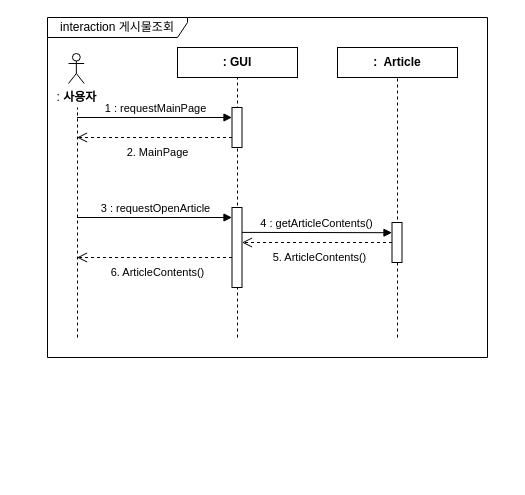
The draw.io diagram page "게시물조회" (7 of 31) of KB 3기 2반 5조.drawio in C0012S/SoBe-it, before the edit. Source tidied: cells renumbered, new cells numbered last; positions are measured from the earlier drawing's top-left corner, leaving out a move shared by most shapes. Both pictures are drawn from the tidied source at 100%, with x=0, y=0 at pixel (47, 17).
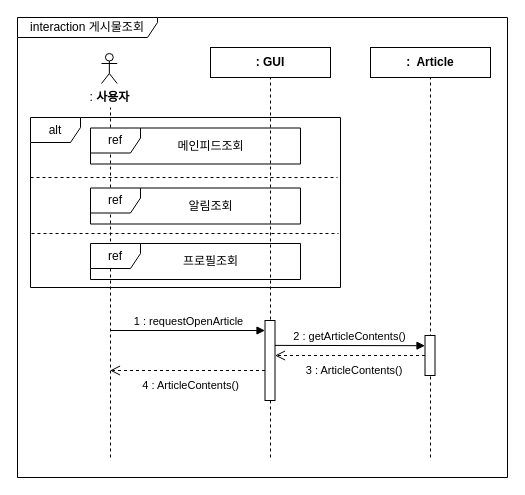
Above is the later version.

The edit, as a diff of the source:
```diff
@@
     <mxCell id="2" value=": &lt;b&gt;사용자&lt;/b&gt;" style="shape=umlActor;verticalLabelPosition=bottom;verticalAlign=top;html=1;" parent="1" vertex="1">
-      <mxGeometry x="21" y="36" width="15.7" height="30" as="geometry" />
+      <mxGeometry x="54" y="36" width="15.7" height="30" as="geometry" />
     </mxCell>
     <mxCell id="3" style="endArrow=none;dashed=1;html=1;rounded=0;" parent="1" edge="1">
       <mxGeometry relative="1" as="geometry">
-        <mxPoint x="30" y="320" as="sourcePoint" />
-        <mxPoint x="30" y="90" as="targetPoint" />
+        <mxPoint x="63" y="440" as="sourcePoint" />
+        <mxPoint x="63" y="90" as="targetPoint" />
       </mxGeometry>
     </mxCell>
     <mxCell id="4" value="&lt;b&gt;: GUI&lt;/b&gt;" style="rounded=0;whiteSpace=wrap;html=1;" parent="1" vertex="1">
-      <mxGeometry x="130" y="30" width="120" height="30" as="geometry" />
+      <mxGeometry x="163" y="30" width="120" height="30" as="geometry" />
     </mxCell>
     <mxCell id="5" value="&lt;b&gt;:&amp;nbsp; Article&lt;/b&gt;" style="rounded=0;whiteSpace=wrap;html=1;" parent="1" vertex="1">
-      <mxGeometry x="290" y="30" width="120" height="30" as="geometry" />
+      <mxGeometry x="323" y="30" width="120" height="30" as="geometry" />
     </mxCell>
     <mxCell id="6" style="endArrow=none;dashed=1;html=1;rounded=0;entryX=0.5;entryY=1;entryDx=0;entryDy=0;" parent="1" edge="1" target="4">
       <mxGeometry relative="1" as="geometry">
-        <mxPoint x="190" y="320" as="sourcePoint" />
+        <mxPoint x="223" y="440" as="sourcePoint" />
       </mxGeometry>
     </mxCell>
     <mxCell id="7" style="endArrow=none;dashed=1;html=1;rounded=0;entryX=0.5;entryY=1;entryDx=0;entryDy=0;" parent="1" edge="1" target="5">
       <mxGeometry relative="1" as="geometry">
-        <mxPoint x="350" y="232" as="sourcePoint" />
+        <mxPoint x="383" y="440" as="sourcePoint" />
       </mxGeometry>
     </mxCell>
-    <mxCell id="8" style="endArrow=none;dashed=1;html=1;rounded=0;" parent="1" edge="1" target="15">
-      <mxGeometry relative="1" as="geometry">
-        <mxPoint x="350" y="320" as="sourcePoint" />
-      </mxGeometry>
-    </mxCell>
     <mxCell id="9" value="interaction 게시물조회" style="shape=umlFrame;whiteSpace=wrap;html=1;width=140;height=20;" parent="1" vertex="1">
-      <mxGeometry width="440" height="340" as="geometry" />
+      <mxGeometry x="-30" width="490" height="460" as="geometry" />
     </mxCell>
-    <mxCell id="10" value="1 : requestMainPage" style="html=1;verticalAlign=bottom;endArrow=block;edgeStyle=elbowEdgeStyle;elbow=vertical;curved=0;rounded=0;" parent="1" edge="1" target="12">
-      <mxGeometry relative="1" as="geometry">
-        <mxPoint x="29.5" y="100" as="sourcePoint" />
-        <Array as="points">
-          <mxPoint x="109.5" y="100" />
-        </Array>
-      </mxGeometry>
-    </mxCell>
-    <mxCell id="11" value="2. MainPage" style="html=1;verticalAlign=bottom;endArrow=open;dashed=1;endSize=8;edgeStyle=elbowEdgeStyle;elbow=vertical;curved=0;rounded=0;" parent="1" edge="1">
-      <mxGeometry x="-0.03" y="24" relative="1" as="geometry">
-        <mxPoint x="184.5" y="120" as="sourcePoint" />
-        <mxPoint x="29.5" y="120" as="targetPoint" />
-      </mxGeometry>
-    </mxCell>
-    <mxCell id="12" style="html=1;points=[];perimeter=orthogonalPerimeter;outlineConnect=0;targetShapes=umlLifeline;portConstraint=eastwest;newEdgeStyle={&quot;edgeStyle&quot;:&quot;elbowEdgeStyle&quot;,&quot;elbow&quot;:&quot;vertical&quot;,&quot;curved&quot;:0,&quot;rounded&quot;:0};" parent="1" vertex="1">
-      <mxGeometry x="184.5" y="90" width="10" height="40" as="geometry" />
-    </mxCell>
-    <mxCell id="13" value="3 : requestOpenArticle" style="html=1;verticalAlign=bottom;endArrow=block;edgeStyle=elbowEdgeStyle;elbow=vertical;curved=0;rounded=0;" parent="1" edge="1" target="14">
+    <mxCell id="13" value="1 : requestOpenArticle" style="html=1;verticalAlign=bottom;endArrow=block;edgeStyle=elbowEdgeStyle;elbow=vertical;curved=0;rounded=0;" parent="1" edge="1" target="14">
       <mxGeometry relative="1" as="geometry">
-        <mxPoint x="29.5" y="200" as="sourcePoint" />
+        <mxPoint x="62.5" y="313" as="sourcePoint" />
         <Array as="points">
-          <mxPoint x="109.5" y="200" />
+          <mxPoint x="142.5" y="313" />
         </Array>
       </mxGeometry>
     </mxCell>
     <mxCell id="14" style="html=1;points=[];perimeter=orthogonalPerimeter;outlineConnect=0;targetShapes=umlLifeline;portConstraint=eastwest;newEdgeStyle={&quot;edgeStyle&quot;:&quot;elbowEdgeStyle&quot;,&quot;elbow&quot;:&quot;vertical&quot;,&quot;curved&quot;:0,&quot;rounded&quot;:0};" parent="1" vertex="1">
-      <mxGeometry x="184.5" y="190" width="10" height="80" as="geometry" />
+      <mxGeometry x="217.5" y="303" width="10" height="80" as="geometry" />
     </mxCell>
     <mxCell id="15" style="html=1;points=[];perimeter=orthogonalPerimeter;outlineConnect=0;targetShapes=umlLifeline;portConstraint=eastwest;newEdgeStyle={&quot;edgeStyle&quot;:&quot;elbowEdgeStyle&quot;,&quot;elbow&quot;:&quot;vertical&quot;,&quot;curved&quot;:0,&quot;rounded&quot;:0};" parent="1" vertex="1">
-      <mxGeometry x="344.5" y="205" width="10" height="40" as="geometry" />
+      <mxGeometry x="377.5" y="318" width="10" height="40" as="geometry" />
     </mxCell>
-    <mxCell id="16" value="4 : getArticleContents()" style="html=1;verticalAlign=bottom;endArrow=block;edgeStyle=elbowEdgeStyle;elbow=vertical;curved=0;rounded=0;" parent="1" edge="1">
+    <mxCell id="16" value="2 : getArticleContents()" style="html=1;verticalAlign=bottom;endArrow=block;edgeStyle=elbowEdgeStyle;elbow=vertical;curved=0;rounded=0;" parent="1" edge="1">
       <mxGeometry relative="1" as="geometry">
-        <mxPoint x="194.5" y="214.9" as="sourcePoint" />
-        <mxPoint x="344.5" y="215.2" as="targetPoint" />
+        <mxPoint x="227.5" y="327.9" as="sourcePoint" />
+        <mxPoint x="377.5" y="328.2" as="targetPoint" />
         <Array as="points">
-          <mxPoint x="349.5" y="215.2" />
+          <mxPoint x="382.5" y="328.2" />
         </Array>
       </mxGeometry>
     </mxCell>
-    <mxCell id="17" value="5. ArticleContents()" style="html=1;verticalAlign=bottom;endArrow=open;dashed=1;endSize=8;edgeStyle=elbowEdgeStyle;elbow=vertical;curved=0;rounded=0;" parent="1" edge="1" source="15">
+    <mxCell id="17" value="&amp;nbsp;3 : ArticleContents()" style="html=1;verticalAlign=bottom;endArrow=open;dashed=1;endSize=8;edgeStyle=elbowEdgeStyle;elbow=vertical;curved=0;rounded=0;" parent="1" edge="1" source="15">
       <mxGeometry x="-0.03" y="24" relative="1" as="geometry">
-        <mxPoint x="194.5" y="225" as="targetPoint" />
+        <mxPoint x="227.5" y="338" as="targetPoint" />
       </mxGeometry>
     </mxCell>
-    <mxCell id="18" value="6. ArticleContents()" style="html=1;verticalAlign=bottom;endArrow=open;dashed=1;endSize=8;edgeStyle=elbowEdgeStyle;elbow=vertical;curved=0;rounded=0;" parent="1" edge="1">
+    <mxCell id="18" value="4 : ArticleContents()" style="html=1;verticalAlign=bottom;endArrow=open;dashed=1;endSize=8;edgeStyle=elbowEdgeStyle;elbow=vertical;curved=0;rounded=0;" parent="1" edge="1">
       <mxGeometry x="-0.03" y="24" relative="1" as="geometry">
-        <mxPoint x="184.5" y="240" as="sourcePoint" />
-        <mxPoint x="29.5" y="240" as="targetPoint" />
+        <mxPoint x="217.5" y="353" as="sourcePoint" />
+        <mxPoint x="62.5" y="353" as="targetPoint" />
       </mxGeometry>
     </mxCell>
+    <mxCell id="19" value="alt" style="shape=umlFrame;whiteSpace=wrap;html=1;width=50;height=25;fillStyle=solid;" parent="1" vertex="1">
+      <mxGeometry x="-17" y="100" width="310" height="170" as="geometry" />
+    </mxCell>
+    <mxCell id="20" value="ref" style="shape=umlFrame;whiteSpace=wrap;html=1;width=50;height=25;fillStyle=solid;" parent="1" vertex="1">
+      <mxGeometry x="43" y="110.5" width="210" height="36" as="geometry" />
+    </mxCell>
+    <mxCell id="21" value="메인피드조회" style="text;html=1;align=center;verticalAlign=middle;strokeColor=none;fillColor=none;" parent="1" vertex="1">
+      <mxGeometry x="113" y="113.5" width="100" height="30" as="geometry" />
+    </mxCell>
+    <mxCell id="22" value="ref" style="shape=umlFrame;whiteSpace=wrap;html=1;width=50;height=25;fillStyle=solid;" parent="1" vertex="1">
+      <mxGeometry x="43" y="170.5" width="210" height="36" as="geometry" />
+    </mxCell>
+    <mxCell id="23" value="알림조회" style="text;html=1;align=center;verticalAlign=middle;strokeColor=none;fillColor=none;" parent="1" vertex="1">
+      <mxGeometry x="128" y="173.5" width="70" height="30" as="geometry" />
+    </mxCell>
+    <mxCell id="24" style="endArrow=none;dashed=1;html=1;rounded=0;" parent="1" edge="1">
+      <mxGeometry relative="1" as="geometry">
+        <mxPoint x="-17" y="160" as="sourcePoint" />
+        <mxPoint x="290" y="160" as="targetPoint" />
+      </mxGeometry>
+    </mxCell>
+    <mxCell id="25" value="ref" style="shape=umlFrame;whiteSpace=wrap;html=1;width=50;height=25;fillStyle=solid;" parent="1" vertex="1">
+      <mxGeometry x="43" y="226" width="210" height="36" as="geometry" />
+    </mxCell>
+    <mxCell id="26" value="프로필조회" style="text;html=1;align=center;verticalAlign=middle;strokeColor=none;fillColor=none;" parent="1" vertex="1">
+      <mxGeometry x="123" y="229" width="80" height="30" as="geometry" />
+    </mxCell>
+    <mxCell id="27" style="endArrow=none;dashed=1;html=1;rounded=0;" parent="1" edge="1">
+      <mxGeometry relative="1" as="geometry">
+        <mxPoint x="-16" y="216" as="sourcePoint" />
+        <mxPoint x="291" y="216" as="targetPoint" />
+      </mxGeometry>
+    </mxCell>
```
